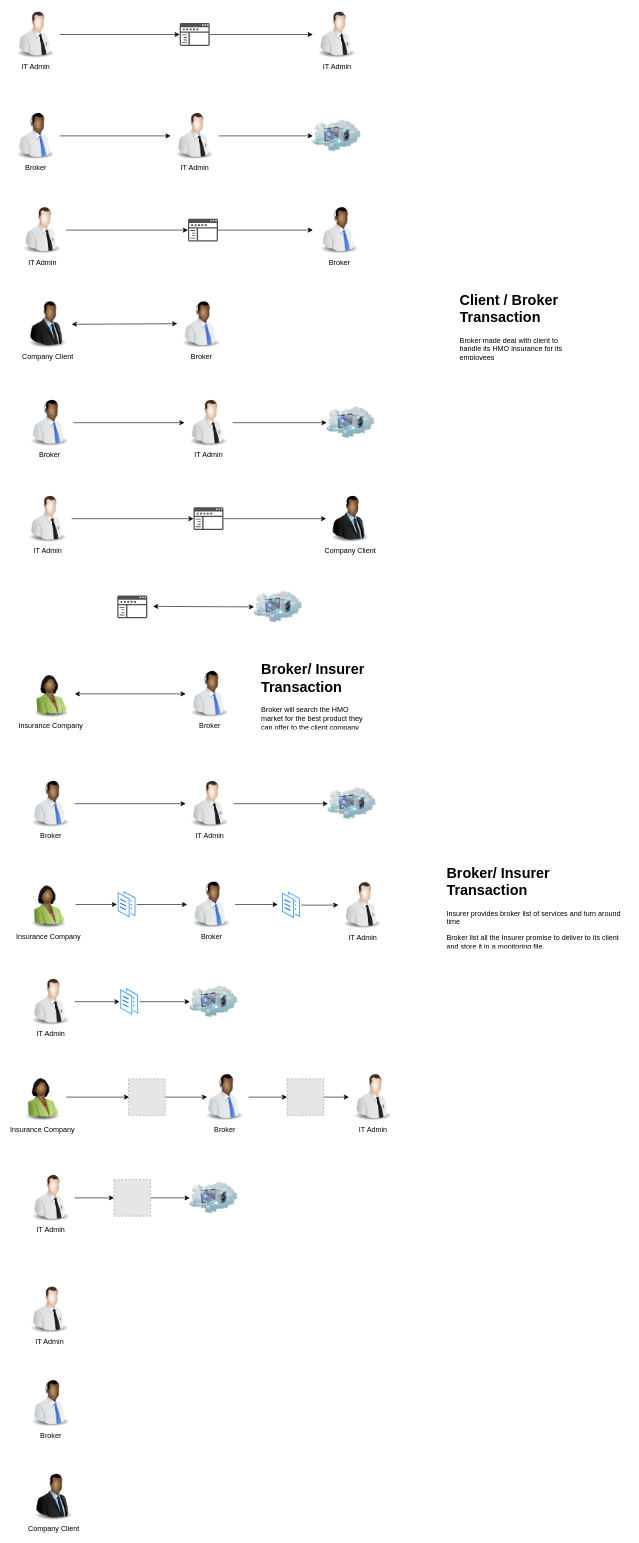
Earlier version of the draw.io diagram page "current system claim process" (2 of 10) of howdengroup.drawio (jasarvn/howdengroup). Source tidied: cells renumbered, new cells numbered last; positions are measured from the earlier drawing's top-left corner, leaving out a move shared by most shapes. Both pictures are drawn from the tidied source at 60%, with x=0, y=0 at pixel (11, 10). Pictures stored in the file or linked from it are replaced by grey dashed boxes.
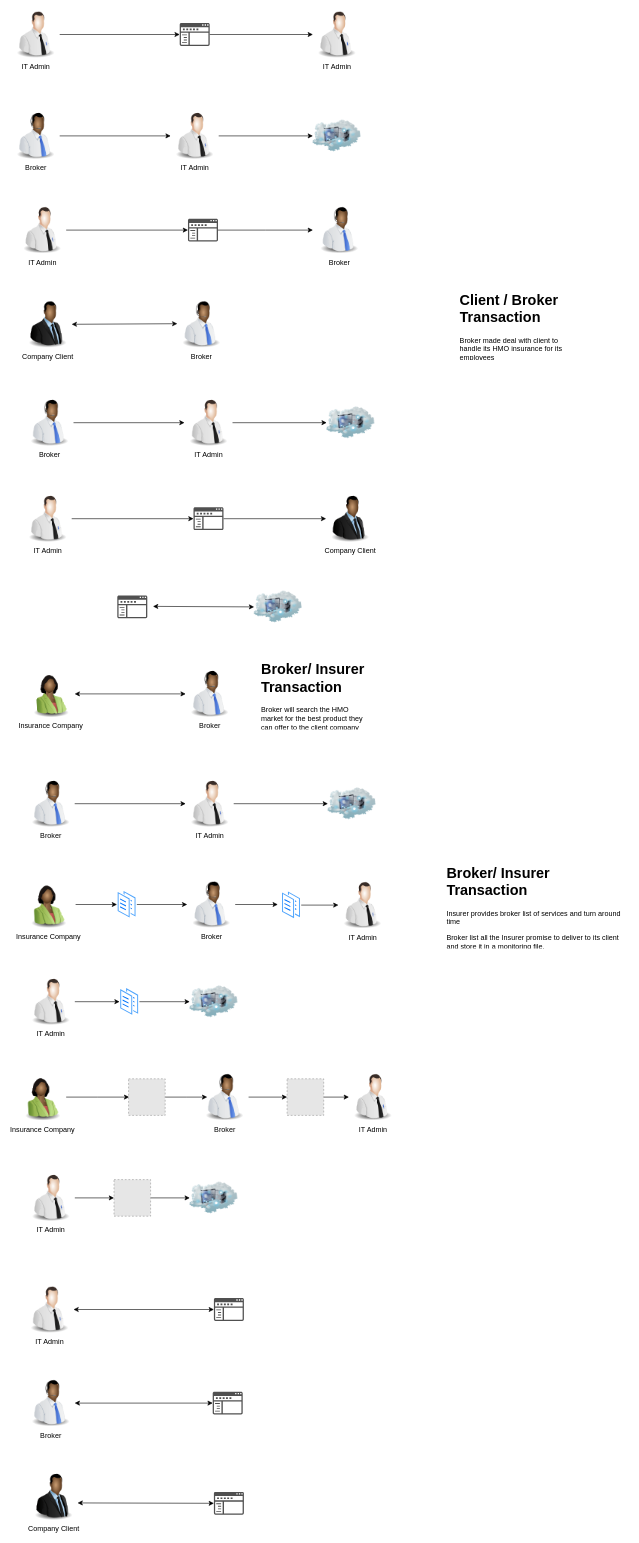
Above is the later version.

Unchanged cells that the change refers to:
```xml
<mxCell id="72" value="Company Client" style="image;html=1;labelBackgroundColor=#ffffff;image=img/lib/clip_art/people/Suit_Man_Black_128x128.png;" parent="1" vertex="1">
  <mxGeometry x="30" y="2437" width="80" height="80" as="geometry" />
</mxCell>
<mxCell id="73" value="IT Admin" style="image;html=1;labelBackgroundColor=#ffffff;image=img/lib/clip_art/people/Tech_Man_128x128.png;" parent="1" vertex="1">
  <mxGeometry x="23" y="2125" width="80" height="80" as="geometry" />
</mxCell>
<mxCell id="74" value="Broker" style="image;html=1;labelBackgroundColor=#ffffff;image=img/lib/clip_art/people/Telesales_Man_Black_128x128.png;" parent="1" vertex="1">
  <mxGeometry x="25" y="2281" width="80" height="80" as="geometry" />
</mxCell>
```

The edit, as a diff of the source:
```diff
@@
+    <mxCell id="75" style="shadow=0;dashed=0;html=1;strokeColor=none;labelPosition=center;verticalLabelPosition=bottom;verticalAlign=top;align=center;fillColor=#505050;shape=mxgraph.mscae.intune.company_portal;" parent="1" vertex="1">
+      <mxGeometry x="337" y="2146" width="50" height="38" as="geometry" />
+    </mxCell>
+    <mxCell id="76" style="shadow=0;dashed=0;html=1;strokeColor=none;labelPosition=center;verticalLabelPosition=bottom;verticalAlign=top;align=center;fillColor=#505050;shape=mxgraph.mscae.intune.company_portal;" parent="1" vertex="1">
+      <mxGeometry x="335" y="2302" width="50" height="38" as="geometry" />
+    </mxCell>
+    <mxCell id="77" style="shadow=0;dashed=0;html=1;strokeColor=none;labelPosition=center;verticalLabelPosition=bottom;verticalAlign=top;align=center;fillColor=#505050;shape=mxgraph.mscae.intune.company_portal;" parent="1" vertex="1">
+      <mxGeometry x="337" y="2469" width="50" height="38" as="geometry" />
+    </mxCell>
+    <mxCell id="78" style="endArrow=classic;startArrow=classic;html=1;exitX=1;exitY=0.5;exitDx=0;exitDy=0;" parent="1" edge="1" source="73" target="75">
+      <mxGeometry relative="1" as="geometry" />
+    </mxCell>
+    <mxCell id="79" style="endArrow=classic;startArrow=classic;html=1;exitX=1;exitY=0.5;exitDx=0;exitDy=0;entryX=0;entryY=0.5;entryDx=0;entryDy=0;entryPerimeter=0;" parent="1" edge="1" source="74" target="76">
+      <mxGeometry relative="1" as="geometry" />
+    </mxCell>
+    <mxCell id="80" style="endArrow=classic;startArrow=classic;html=1;exitX=0.998;exitY=0.63;exitDx=0;exitDy=0;exitPerimeter=0;entryX=0;entryY=0.5;entryDx=0;entryDy=0;entryPerimeter=0;" parent="1" edge="1" source="72" target="77">
+      <mxGeometry relative="1" as="geometry" />
+    </mxCell>
```
